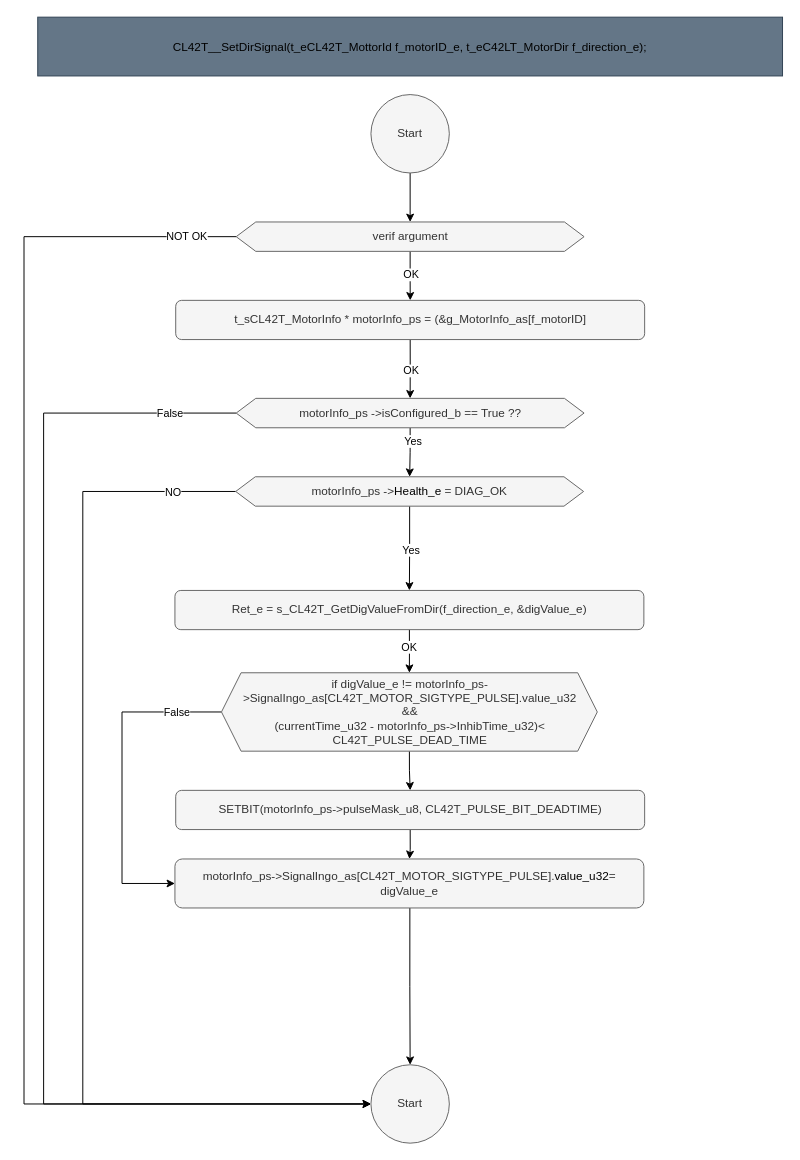
The draw.io diagram page "SetDirSignal" (11 of 21) of src/2_DRV/Motor/CL42T/Doc/Design/CL42T_Architecture.drawio in mbarbeau0545/PickersRobotPOC, before the edit. Source tidied: cells renumbered, new cells numbered last; positions are measured from the earlier drawing's top-left corner, leaving out a move shared by most shapes. Both pictures are drawn from the tidied source at 98%, with x=0, y=0 at pixel (24, 17).
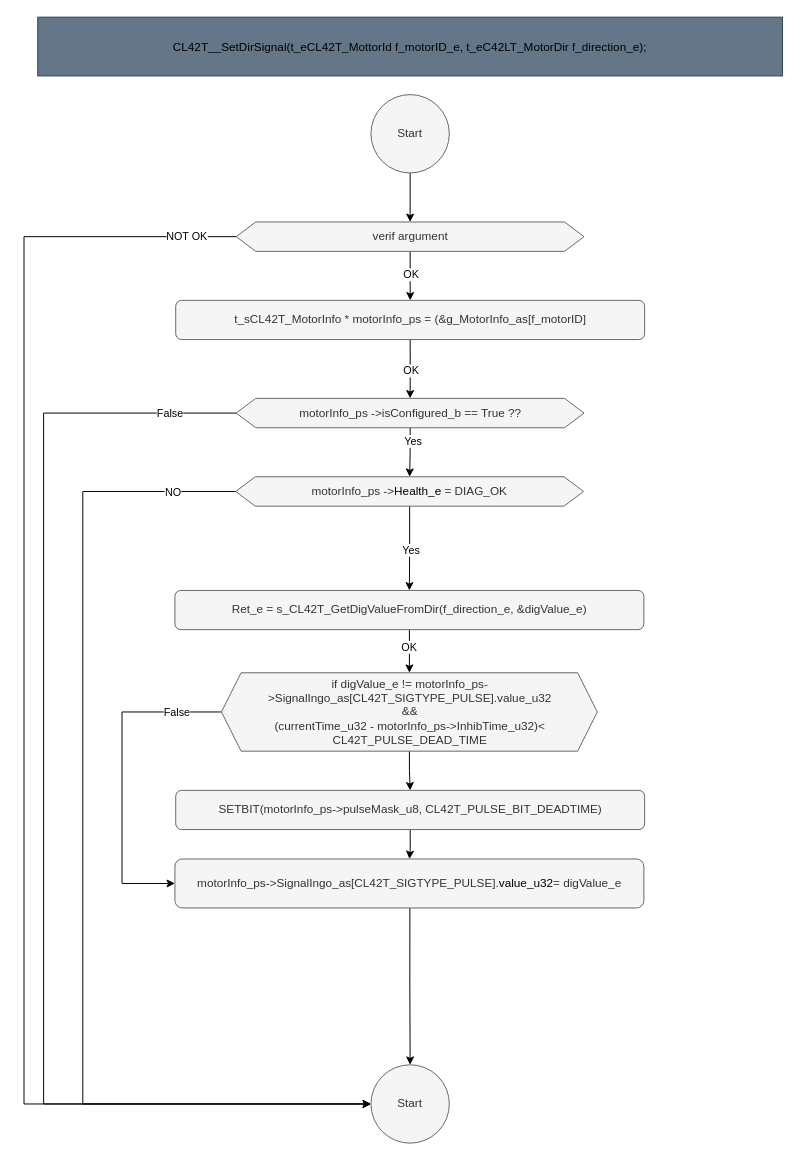
After the change.

Change to the diagram source:
```diff
@@
-    <mxCell id="29" value="motorInfo_ps-&amp;gt;SignalIngo_as[CL42T_MOTOR_SIGTYPE_PULSE].&lt;span style=&quot;color: rgb(0, 0, 0);&quot;&gt;value_u32&lt;/span&gt;= digValue_e" style="rounded=1;whiteSpace=wrap;html=1;fillColor=#f5f5f5;fontColor=#333333;strokeColor=#666666;" parent="1" vertex="1">
+    <mxCell id="29" value="motorInfo_ps-&amp;gt;SignalIngo_as[CL42T_SIGTYPE_PULSE].&lt;span style=&quot;color: rgb(0, 0, 0);&quot;&gt;value_u32&lt;/span&gt;= digValue_e" style="rounded=1;whiteSpace=wrap;html=1;fillColor=#f5f5f5;fontColor=#333333;strokeColor=#666666;" parent="1" vertex="1">
       <mxGeometry x="154" y="859" width="478.5" height="50" as="geometry" />
     </mxCell>
@@
-    <mxCell id="32" value="if digValue_e != motorInfo_ps-&amp;gt;SignalIngo_as[CL42T_MOTOR_SIGTYPE_PULSE].value_u32&lt;div&gt;&amp;amp;&amp;amp;&lt;/div&gt;&lt;div&gt;(currentTime_u32 - motorInfo_ps-&amp;gt;InhibTime_u32)&amp;lt; CL42T_PULSE_DEAD_TIME&lt;/div&gt;" style="shape=hexagon;perimeter=hexagonPerimeter2;whiteSpace=wrap;html=1;fixedSize=1;fillColor=#f5f5f5;fontColor=#333333;strokeColor=#666666;" parent="1" vertex="1">
+    <mxCell id="32" value="if digValue_e != motorInfo_ps-&amp;gt;SignalIngo_as[CL42T_SIGTYPE_PULSE].value_u32&lt;div&gt;&amp;amp;&amp;amp;&lt;/div&gt;&lt;div&gt;(currentTime_u32 - motorInfo_ps-&amp;gt;InhibTime_u32)&amp;lt; CL42T_PULSE_DEAD_TIME&lt;/div&gt;" style="shape=hexagon;perimeter=hexagonPerimeter2;whiteSpace=wrap;html=1;fixedSize=1;fillColor=#f5f5f5;fontColor=#333333;strokeColor=#666666;" parent="1" vertex="1">
       <mxGeometry x="201.5" y="669" width="383.5" height="80" as="geometry" />
     </mxCell>
```
